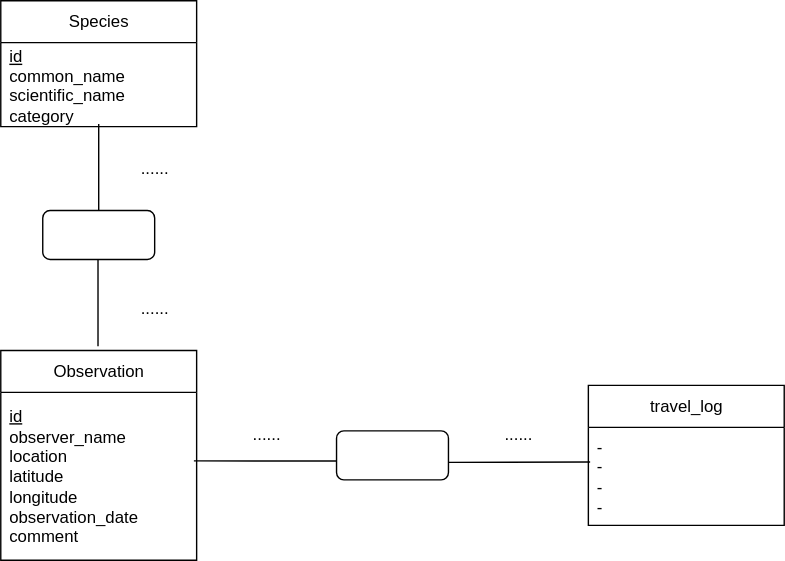
CybLiz/ECF_2 keeps this draw.io diagram as DiagramEnvironementMLDACompleter.drawio.svg. Above is the earlier version. Source tidied: cells renumbered, new cells last; positions are measured from the earlier drawing's top-left corner, leaving out a move shared by most shapes. Its diagram source:
```xml
<mxGraphModel>
  <root>
    <mxCell id="0" />
    <mxCell id="1" parent="0" />
    <mxCell id="2" value="Species" style="swimlane;fontStyle=0;horizontal=1;startSize=30;whiteSpace=wrap;html=1;" parent="1" vertex="1">
      <mxGeometry width="140" height="90" as="geometry" />
    </mxCell>
    <mxCell id="3" value="&lt;div&gt;&lt;u&gt;id&lt;/u&gt;&lt;/div&gt;&lt;div&gt;common_name&lt;/div&gt;&lt;div&gt;scientific_name&lt;/div&gt;&lt;div&gt;category&lt;/div&gt;" style="text;strokeColor=none;fillColor=none;align=left;verticalAlign=middle;spacingLeft=4;spacingRight=4;overflow=hidden;points=[[0,0.5],[1,0.5]];portConstraint=eastwest;whiteSpace=wrap;html=1;" parent="2" vertex="1">
      <mxGeometry y="30" width="140" height="60" as="geometry" />
    </mxCell>
    <mxCell id="4" value="Observation" style="swimlane;fontStyle=0;horizontal=1;startSize=30;whiteSpace=wrap;html=1;" parent="1" vertex="1">
      <mxGeometry y="250" width="140" height="150" as="geometry" />
    </mxCell>
    <mxCell id="5" value="&lt;div&gt;&lt;u&gt;id&lt;/u&gt;&lt;/div&gt;&lt;div&gt;observer_name&lt;/div&gt;&lt;div&gt;location&lt;/div&gt;&lt;div&gt;latitude&lt;/div&gt;&lt;div&gt;longitude&lt;/div&gt;&lt;div&gt;observation_date&lt;/div&gt;&lt;div&gt;comment&lt;/div&gt;" style="text;strokeColor=none;fillColor=none;align=left;verticalAlign=middle;spacingLeft=4;spacingRight=4;overflow=hidden;points=[[0,0.5],[1,0.5]];portConstraint=eastwest;whiteSpace=wrap;html=1;" parent="4" vertex="1">
      <mxGeometry y="30" width="140" height="120" as="geometry" />
    </mxCell>
    <mxCell id="6" value="travel_log" style="swimlane;fontStyle=0;horizontal=1;startSize=30;whiteSpace=wrap;html=1;" parent="1" vertex="1">
      <mxGeometry x="420" y="275" width="140" height="100" as="geometry" />
    </mxCell>
    <mxCell id="7" value="&lt;div&gt;-&lt;/div&gt;&lt;div&gt;-&lt;/div&gt;&lt;div&gt;-&lt;/div&gt;&lt;div&gt;-&lt;/div&gt;" style="text;strokeColor=none;fillColor=none;align=left;verticalAlign=middle;spacingLeft=4;spacingRight=4;overflow=hidden;points=[[0,0.5],[1,0.5]];portConstraint=eastwest;whiteSpace=wrap;html=1;" parent="6" vertex="1">
      <mxGeometry y="30" width="140" height="70" as="geometry" />
    </mxCell>
    <mxCell id="8" style="rounded=1;whiteSpace=wrap;html=1;" parent="1" vertex="1">
      <mxGeometry x="240" y="307.5" width="80" height="35" as="geometry" />
    </mxCell>
    <mxCell id="9" style="endArrow=none;html=1;rounded=0;exitX=0.986;exitY=0.408;exitDx=0;exitDy=0;exitPerimeter=0;" parent="1" edge="1" source="5">
      <mxGeometry relative="1" as="geometry">
        <mxPoint x="240" y="329" as="targetPoint" />
      </mxGeometry>
    </mxCell>
    <mxCell id="10" style="endArrow=none;html=1;rounded=0;entryX=0.009;entryY=0.354;entryDx=0;entryDy=0;entryPerimeter=0;" parent="1" edge="1" target="7">
      <mxGeometry relative="1" as="geometry">
        <mxPoint x="320" y="330" as="sourcePoint" />
      </mxGeometry>
    </mxCell>
    <mxCell id="11" value="......" style="text;html=1;align=center;verticalAlign=middle;whiteSpace=wrap;rounded=0;" parent="1" vertex="1">
      <mxGeometry x="170" y="300" width="40" height="20" as="geometry" />
    </mxCell>
    <mxCell id="12" value="......" style="text;html=1;align=center;verticalAlign=middle;whiteSpace=wrap;rounded=0;" parent="1" vertex="1">
      <mxGeometry x="350" y="300" width="40" height="20" as="geometry" />
    </mxCell>
    <mxCell id="13" style="rounded=1;whiteSpace=wrap;html=1;" parent="1" vertex="1">
      <mxGeometry x="30" y="150" width="80" height="35" as="geometry" />
    </mxCell>
    <mxCell id="14" style="endArrow=none;html=1;rounded=0;exitX=0.5;exitY=0;exitDx=0;exitDy=0;entryX=0.5;entryY=0.97;entryDx=0;entryDy=0;entryPerimeter=0;" parent="1" edge="1" source="13" target="3">
      <mxGeometry relative="1" as="geometry" />
    </mxCell>
    <mxCell id="15" style="endArrow=none;html=1;rounded=0;exitX=0.5;exitY=0;exitDx=0;exitDy=0;entryX=0.5;entryY=0.97;entryDx=0;entryDy=0;entryPerimeter=0;" parent="1" edge="1">
      <mxGeometry relative="1" as="geometry">
        <mxPoint x="69.5" y="247" as="sourcePoint" />
        <mxPoint x="69.5" y="185" as="targetPoint" />
      </mxGeometry>
    </mxCell>
    <mxCell id="16" value="......" style="text;html=1;align=center;verticalAlign=middle;whiteSpace=wrap;rounded=0;" parent="1" vertex="1">
      <mxGeometry x="90" y="110" width="40" height="20" as="geometry" />
    </mxCell>
    <mxCell id="17" value="......" style="text;html=1;align=center;verticalAlign=middle;whiteSpace=wrap;rounded=0;" parent="1" vertex="1">
      <mxGeometry x="90" y="210" width="40" height="20" as="geometry" />
    </mxCell>
  </root>
</mxGraphModel>
```
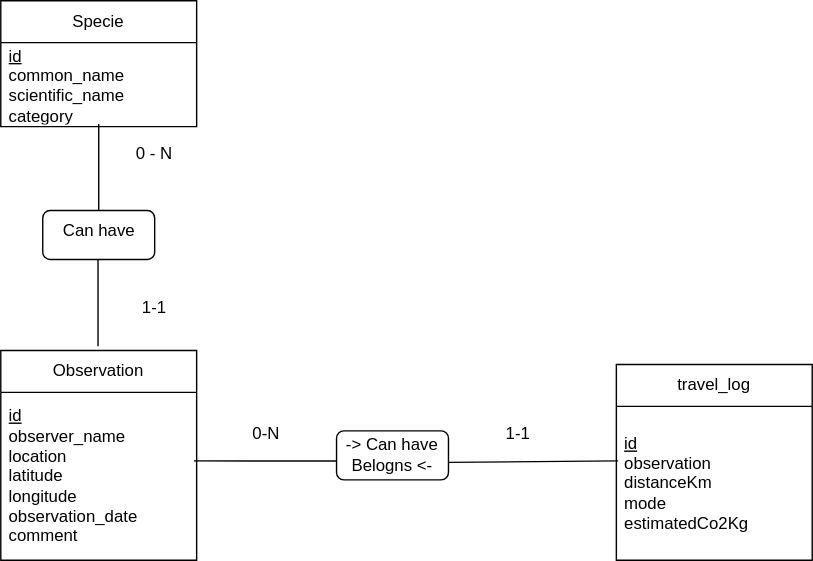
Above is the later version.

The edit, as a diff of the source:
```diff
@@ -2,7 +2,7 @@
   <root>
     <mxCell id="0" />
     <mxCell id="1" parent="0" />
-    <mxCell id="2" value="Species" style="swimlane;fontStyle=0;horizontal=1;startSize=30;whiteSpace=wrap;html=1;" parent="1" vertex="1">
+    <mxCell id="2" value="Specie" style="swimlane;fontStyle=0;horizontal=1;startSize=30;whiteSpace=wrap;html=1;" parent="1" vertex="1">
       <mxGeometry width="140" height="90" as="geometry" />
     </mxCell>
     <mxCell id="3" value="&lt;div&gt;&lt;u&gt;id&lt;/u&gt;&lt;/div&gt;&lt;div&gt;common_name&lt;/div&gt;&lt;div&gt;scientific_name&lt;/div&gt;&lt;div&gt;category&lt;/div&gt;" style="text;strokeColor=none;fillColor=none;align=left;verticalAlign=middle;spacingLeft=4;spacingRight=4;overflow=hidden;points=[[0,0.5],[1,0.5]];portConstraint=eastwest;whiteSpace=wrap;html=1;" parent="2" vertex="1">
@@ -15,12 +15,12 @@
       <mxGeometry y="30" width="140" height="120" as="geometry" />
     </mxCell>
     <mxCell id="6" value="travel_log" style="swimlane;fontStyle=0;horizontal=1;startSize=30;whiteSpace=wrap;html=1;" parent="1" vertex="1">
-      <mxGeometry x="420" y="275" width="140" height="100" as="geometry" />
+      <mxGeometry x="440" y="260" width="140" height="140" as="geometry" />
     </mxCell>
-    <mxCell id="7" value="&lt;div&gt;-&lt;/div&gt;&lt;div&gt;-&lt;/div&gt;&lt;div&gt;-&lt;/div&gt;&lt;div&gt;-&lt;/div&gt;" style="text;strokeColor=none;fillColor=none;align=left;verticalAlign=middle;spacingLeft=4;spacingRight=4;overflow=hidden;points=[[0,0.5],[1,0.5]];portConstraint=eastwest;whiteSpace=wrap;html=1;" parent="6" vertex="1">
-      <mxGeometry y="30" width="140" height="70" as="geometry" />
+    <mxCell id="7" value="&lt;u&gt;id&lt;br&gt;&lt;/u&gt;observation&lt;br&gt;distanceKm&lt;br&gt;mode&lt;br&gt;estimatedCo2Kg" style="text;strokeColor=none;fillColor=none;align=left;verticalAlign=middle;spacingLeft=4;spacingRight=4;overflow=hidden;points=[[0,0.5],[1,0.5]];portConstraint=eastwest;whiteSpace=wrap;html=1;" parent="6" vertex="1">
+      <mxGeometry y="30" width="140" height="110" as="geometry" />
     </mxCell>
-    <mxCell id="8" style="rounded=1;whiteSpace=wrap;html=1;" parent="1" vertex="1">
+    <mxCell id="8" value="-&amp;gt; Can have&lt;br&gt;Belogns &amp;lt;-" style="rounded=1;whiteSpace=wrap;html=1;" parent="1" vertex="1">
       <mxGeometry x="240" y="307.5" width="80" height="35" as="geometry" />
     </mxCell>
     <mxCell id="9" style="endArrow=none;html=1;rounded=0;exitX=0.986;exitY=0.408;exitDx=0;exitDy=0;exitPerimeter=0;" parent="1" edge="1" source="5">
@@ -33,10 +33,10 @@
         <mxPoint x="320" y="330" as="sourcePoint" />
       </mxGeometry>
     </mxCell>
-    <mxCell id="11" value="......" style="text;html=1;align=center;verticalAlign=middle;whiteSpace=wrap;rounded=0;" parent="1" vertex="1">
+    <mxCell id="11" value="0-N" style="text;html=1;align=center;verticalAlign=middle;whiteSpace=wrap;rounded=0;" parent="1" vertex="1">
       <mxGeometry x="170" y="300" width="40" height="20" as="geometry" />
     </mxCell>
-    <mxCell id="12" value="......" style="text;html=1;align=center;verticalAlign=middle;whiteSpace=wrap;rounded=0;" parent="1" vertex="1">
+    <mxCell id="12" value="1-1" style="text;html=1;align=center;verticalAlign=middle;whiteSpace=wrap;rounded=0;" parent="1" vertex="1">
       <mxGeometry x="350" y="300" width="40" height="20" as="geometry" />
     </mxCell>
     <mxCell id="13" style="rounded=1;whiteSpace=wrap;html=1;" parent="1" vertex="1">
@@ -51,11 +51,14 @@
         <mxPoint x="69.5" y="185" as="targetPoint" />
       </mxGeometry>
     </mxCell>
-    <mxCell id="16" value="......" style="text;html=1;align=center;verticalAlign=middle;whiteSpace=wrap;rounded=0;" parent="1" vertex="1">
-      <mxGeometry x="90" y="110" width="40" height="20" as="geometry" />
+    <mxCell id="16" value="0 - N" style="text;html=1;align=center;verticalAlign=middle;whiteSpace=wrap;rounded=0;" parent="1" vertex="1">
+      <mxGeometry x="90" y="100" width="40" height="20" as="geometry" />
     </mxCell>
-    <mxCell id="17" value="......" style="text;html=1;align=center;verticalAlign=middle;whiteSpace=wrap;rounded=0;" parent="1" vertex="1">
+    <mxCell id="17" value="1-1" style="text;html=1;align=center;verticalAlign=middle;whiteSpace=wrap;rounded=0;" parent="1" vertex="1">
       <mxGeometry x="90" y="210" width="40" height="20" as="geometry" />
     </mxCell>
+    <mxCell id="18" value="Can have" style="text;html=1;align=center;verticalAlign=middle;strokeColor=none;fillColor=none;" parent="1" vertex="1">
+      <mxGeometry x="35" y="150" width="70" height="30" as="geometry" />
+    </mxCell>
   </root>
 </mxGraphModel>
```
